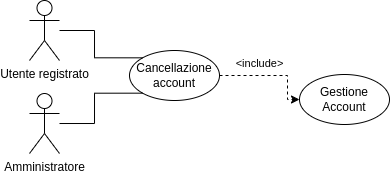
Before: D2/media/rf9.png, a diagram exported from draw.io (T45-IS-UNITN/Documentazione). Source tidied: cells renumbered, new cells last; positions are measured from the earlier drawing's top-left corner, leaving out a move shared by most shapes.
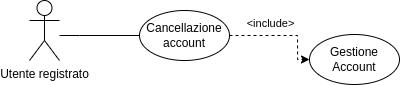
Later version of the same file.

What changed in the source:
```diff
@@ -22,17 +22,16 @@
     <mxCell id="5" value="Gestione Account" style="ellipse;whiteSpace=wrap;html=1;" parent="1" vertex="1">
       <mxGeometry x="270" y="74" width="90" height="50" as="geometry" />
     </mxCell>
-    <mxCell id="6" style="edgeStyle=orthogonalEdgeStyle;rounded=0;jumpStyle=none;jettySize=auto;html=1;entryX=0;entryY=1;entryDx=0;entryDy=0;fontSize=11;startArrow=none;startFill=0;endArrow=none;endFill=0;" parent="1" edge="1" source="7" target="2">
-      <mxGeometry relative="1" as="geometry" />
-    </mxCell>
-    <mxCell id="7" value="Amministratore" style="shape=umlActor;verticalLabelPosition=bottom;verticalAlign=top;html=1;outlineConnect=0;" parent="1" vertex="1">
-      <mxGeometry y="93" width="30" height="60" as="geometry" />
-    </mxCell>
-    <mxCell id="8" style="edgeStyle=orthogonalEdgeStyle;rounded=0;jumpStyle=none;jettySize=auto;html=1;entryX=0;entryY=0;entryDx=0;entryDy=0;fontSize=11;startArrow=none;startFill=0;endArrow=none;endFill=0;" parent="1" edge="1" source="9" target="2">
-      <mxGeometry relative="1" as="geometry" />
+    <mxCell id="8" style="edgeStyle=orthogonalEdgeStyle;rounded=0;jumpStyle=none;jettySize=auto;html=1;entryX=0;entryY=0.5;entryDx=0;entryDy=0;fontSize=11;startArrow=none;startFill=0;endArrow=none;endFill=0;" parent="1" edge="1" source="9" target="2">
+      <mxGeometry relative="1" as="geometry">
+        <Array as="points">
+          <mxPoint x="40" y="75" />
+          <mxPoint x="40" y="75" />
+        </Array>
+      </mxGeometry>
     </mxCell>
     <mxCell id="9" value="Utente registrato" style="shape=umlActor;verticalLabelPosition=bottom;verticalAlign=top;html=1;outlineConnect=0;" parent="1" vertex="1">
-      <mxGeometry width="30" height="60" as="geometry" />
+      <mxGeometry x="-10" y="40" width="30" height="60" as="geometry" />
     </mxCell>
   </root>
 </mxGraphModel>
```
